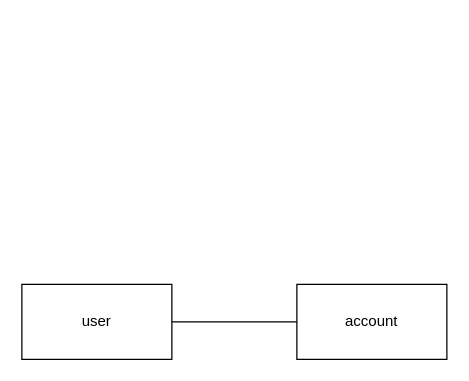
Earlier version of the draw.io diagram Untitled Diagram.drawio (egorb17/ESPO-DB). Source tidied: cells renumbered, new cells numbered last; positions are measured from the earlier drawing's top-left corner, leaving out a move shared by most shapes. Both pictures are drawn from the tidied source at 125%, with x=0, y=0 at pixel (21, 284).
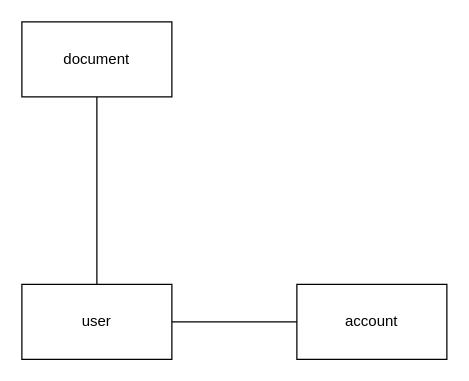
After the change.

The edit, as a diff of the source:
```diff
@@
 <mxGraphModel>
   <root>
     <mxCell id="0" />
     <mxCell id="1" parent="0" />
     <mxCell id="2" value="user" style="rounded=0;whiteSpace=wrap;html=1;" parent="1" vertex="1">
       <mxGeometry width="120" height="60" as="geometry" />
     </mxCell>
     <mxCell id="3" value="account" style="rounded=0;whiteSpace=wrap;html=1;" parent="1" vertex="1">
       <mxGeometry x="220" width="120" height="60" as="geometry" />
     </mxCell>
     <mxCell id="4" style="endArrow=none;html=1;rounded=0;entryX=0;entryY=0.5;entryDx=0;entryDy=0;exitX=1;exitY=0.5;exitDx=0;exitDy=0;" parent="1" edge="1" source="2" target="3">
       <mxGeometry relative="1" as="geometry" />
     </mxCell>
+    <mxCell id="5" value="document" style="rounded=0;whiteSpace=wrap;html=1;" parent="1" vertex="1">
+      <mxGeometry y="-210" width="120" height="60" as="geometry" />
+    </mxCell>
+    <mxCell id="6" style="endArrow=none;html=1;rounded=0;entryX=0.5;entryY=1;entryDx=0;entryDy=0;exitX=0.5;exitY=0;exitDx=0;exitDy=0;" parent="1" edge="1" source="2" target="5">
+      <mxGeometry relative="1" as="geometry" />
+    </mxCell>
   </root>
 </mxGraphModel>
```
